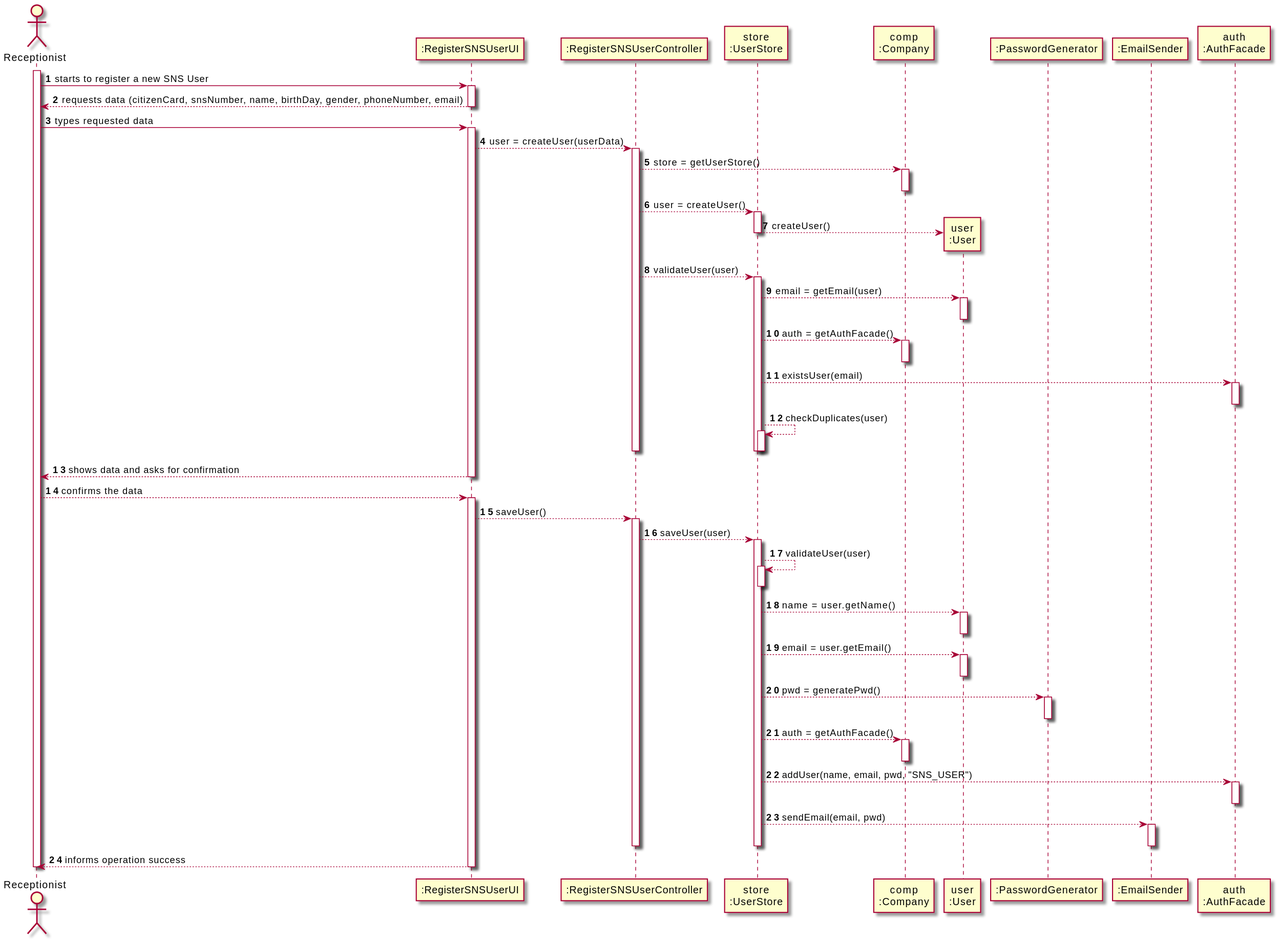
This is docs/SprintB/US03/SD/US03_SD.svg from miseEnPlace-i/lapr2, a PlantUML export, as it was before one commit.
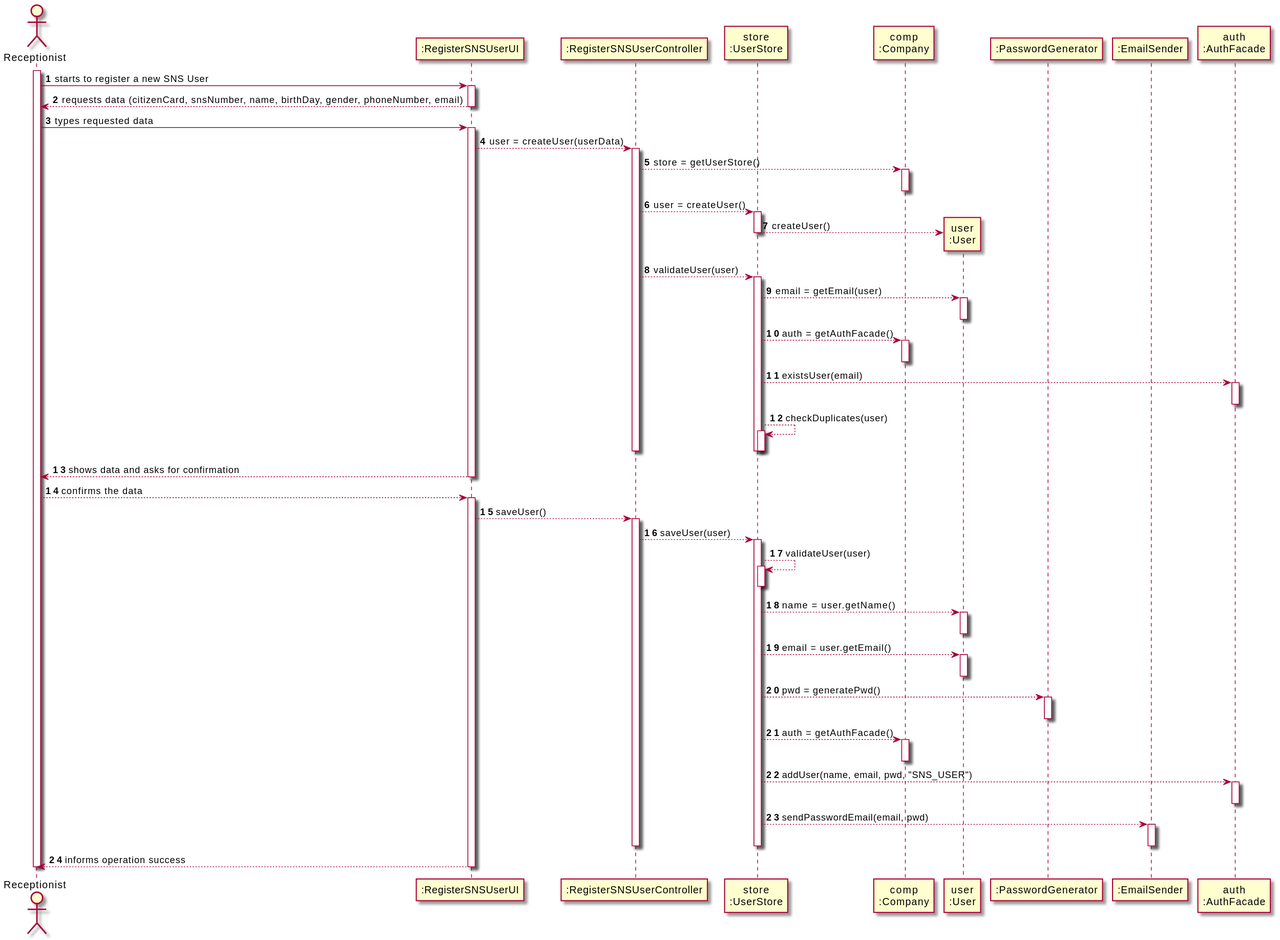
After the change.

What changed in the source:
```diff
@@ -93,7 +93,7 @@
 activate AUTH
 deactivate AUTH
 
-STORE --> EMAIL : sendEmail(email, pwd)
+STORE --> EMAIL : sendPasswordEmail(email, pwd)
 activate EMAIL
 deactivate EMAIL
 
```
